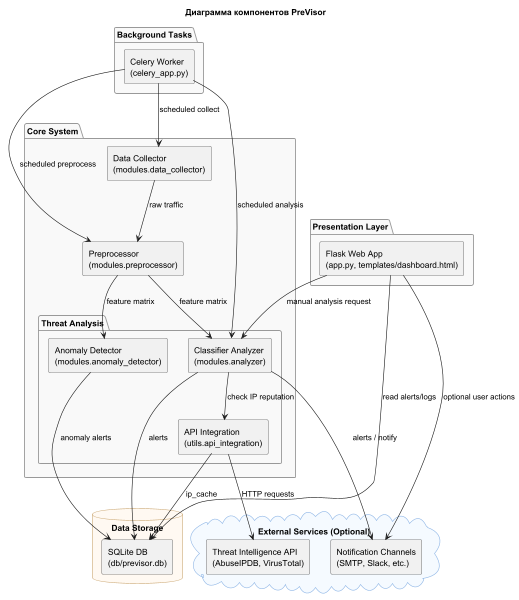
Earlier version of the PlantUML export static/previsor_component_diagram.png (k00000tek/previsor). Source of this version:
```plantuml
@startuml
title Диаграмма компонентов PreVisor

skinparam componentStyle rectangle
skinparam rectangle {
  BackgroundColor White
  BorderColor #777
  FontColor Black
}
skinparam package {
  BackgroundColor #F9F9F9
  BorderColor #999
}
skinparam database {
  BackgroundColor #FFF9F2
  BorderColor #CCAA77
}
skinparam cloud {
  BackgroundColor #F5FAFF
  BorderColor #8FB6E6
}

package "Core System" {
  [Data Collector\n(modules.data_collector)]
  [Preprocessor\n(modules.preprocessor)]

  package "Threat Analysis" {
    [Classifier Analyzer\n(modules.analyzer)]
    [Anomaly Detector\n(modules.anomaly_detector)]
    [API Integration\n(utils.api_integration)]
  }
}

package "Presentation Layer" {
  [Flask Web App\n(app.py, templates/dashboard.html)]
}

database "Data Storage" {
  [SQLite DB\n(db/previsor.db)]
}

package "Background Tasks" {
  [Celery Worker\n(celery_app.py)]
}

cloud "External Services (Optional)" {
  [Threat Intelligence API\n(AbuseIPDB, VirusTotal)]
  [Notification Channels\n(SMTP, Slack, etc.)]
}

[Data Collector\n(modules.data_collector)] --> [Preprocessor\n(modules.preprocessor)] : raw traffic
[Preprocessor\n(modules.preprocessor)] --> [Classifier Analyzer\n(modules.analyzer)] : feature matrix
[Preprocessor\n(modules.preprocessor)] --> [Anomaly Detector\n(modules.anomaly_detector)] : feature matrix

[Classifier Analyzer\n(modules.analyzer)] --> [SQLite DB\n(db/previsor.db)] : alerts
[Anomaly Detector\n(modules.anomaly_detector)] --> [SQLite DB\n(db/previsor.db)] : anomaly alerts
[API Integration\n(utils.api_integration)] --> [SQLite DB\n(db/previsor.db)] : ip_cache

[Flask Web App\n(app.py, templates/dashboard.html)] --> [SQLite DB\n(db/previsor.db)] : read alerts/logs
[Flask Web App\n(app.py, templates/dashboard.html)] --> [Classifier Analyzer\n(modules.analyzer)] : manual analysis request

[Classifier Analyzer\n(modules.analyzer)] --> [API Integration\n(utils.api_integration)] : check IP reputation
[API Integration\n(utils.api_integration)] --> [Threat Intelligence API\n(AbuseIPDB, VirusTotal)] : HTTP requests

[Celery Worker\n(celery_app.py)] --> [Data Collector\n(modules.data_collector)] : scheduled collect
[Celery Worker\n(celery_app.py)] --> [Preprocessor\n(modules.preprocessor)] : scheduled preprocess
[Celery Worker\n(celery_app.py)] --> [Classifier Analyzer\n(modules.analyzer)] : scheduled analysis

[Classifier Analyzer\n(modules.analyzer)] --> [Notification Channels\n(SMTP, Slack, etc.)] : alerts / notify

[Flask Web App\n(app.py, templates/dashboard.html)] --> [Notification Channels\n(SMTP, Slack, etc.)] : optional user actions

@enduml
```
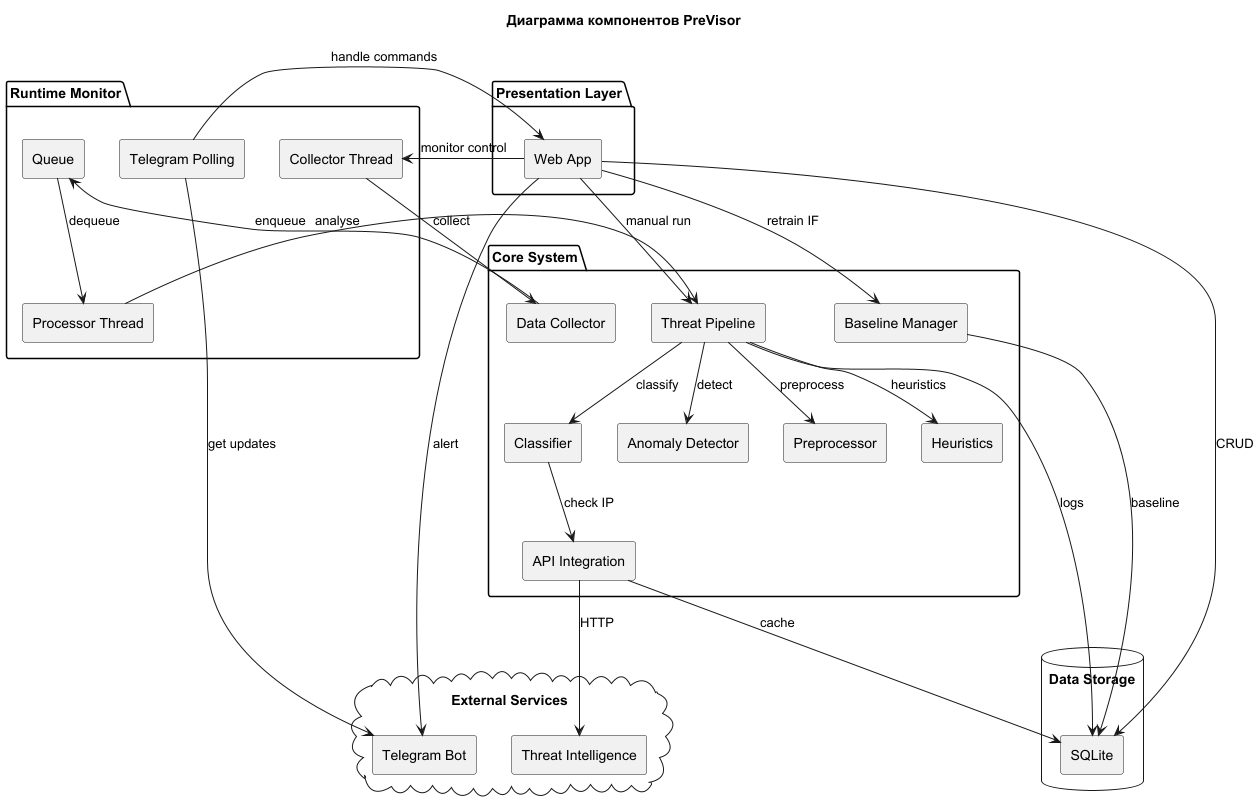
Above is the later version.

What changed in the source:
```diff
@@ -1,73 +1,61 @@
 @startuml
 title Диаграмма компонентов PreVisor
-
 skinparam componentStyle rectangle
-skinparam rectangle {
-  BackgroundColor White
-  BorderColor #777
-  FontColor Black
-}
-skinparam package {
-  BackgroundColor #F9F9F9
-  BorderColor #999
-}
-skinparam database {
-  BackgroundColor #FFF9F2
-  BorderColor #CCAA77
-}
-skinparam cloud {
-  BackgroundColor #F5FAFF
-  BorderColor #8FB6E6
-}
 
 package "Core System" {
-  [Data Collector\n(modules.data_collector)]
-  [Preprocessor\n(modules.preprocessor)]
-
-  package "Threat Analysis" {
-    [Classifier Analyzer\n(modules.analyzer)]
-    [Anomaly Detector\n(modules.anomaly_detector)]
-    [API Integration\n(utils.api_integration)]
-  }
+  [Threat Pipeline]
+  [Data Collector]
+  [Preprocessor]
+  [Heuristics]
+  [Classifier]
+  [Anomaly Detector]
+  [API Integration]
+  [Baseline Manager]
 }
 
 package "Presentation Layer" {
-  [Flask Web App\n(app.py, templates/dashboard.html)]
+  [Web App]
+}
+
+package "Runtime Monitor" {
+  [Collector Thread]
+  [Processor Thread]
+  [Queue]
+  [Telegram Polling]
 }
 
 database "Data Storage" {
-  [SQLite DB\n(db/previsor.db)]
+  [SQLite]
 }
 
-package "Background Tasks" {
-  [Celery Worker\n(celery_app.py)]
+cloud "External Services" {
+  [Threat Intelligence]
+  [Telegram Bot]
 }
 
-cloud "External Services (Optional)" {
-  [Threat Intelligence API\n(AbuseIPDB, VirusTotal)]
-  [Notification Channels\n(SMTP, Slack, etc.)]
-}
+[Collector Thread] --> [Data Collector] : collect
+[Data Collector] --> [Queue] : enqueue
+[Queue] --> [Processor Thread] : dequeue
+[Processor Thread] --> [Threat Pipeline] : analyse
 
-[Data Collector\n(modules.data_collector)] --> [Preprocessor\n(modules.preprocessor)] : raw traffic
-[Preprocessor\n(modules.preprocessor)] --> [Classifier Analyzer\n(modules.analyzer)] : feature matrix
-[Preprocessor\n(modules.preprocessor)] --> [Anomaly Detector\n(modules.anomaly_detector)] : feature matrix
+[Threat Pipeline] --> [Preprocessor] : preprocess
+[Threat Pipeline] --> [Heuristics] : heuristics
+[Threat Pipeline] --> [Classifier] : classify
+[Threat Pipeline] --> [Anomaly Detector] : detect
 
-[Classifier Analyzer\n(modules.analyzer)] --> [SQLite DB\n(db/previsor.db)] : alerts
-[Anomaly Detector\n(modules.anomaly_detector)] --> [SQLite DB\n(db/previsor.db)] : anomaly alerts
-[API Integration\n(utils.api_integration)] --> [SQLite DB\n(db/previsor.db)] : ip_cache
+[Threat Pipeline] --> [SQLite] : logs
+[API Integration] --> [SQLite] : cache
 
-[Flask Web App\n(app.py, templates/dashboard.html)] --> [SQLite DB\n(db/previsor.db)] : read alerts/logs
-[Flask Web App\n(app.py, templates/dashboard.html)] --> [Classifier Analyzer\n(modules.analyzer)] : manual analysis request
+[Web App] --> [SQLite] : CRUD
+[Web App] --> [Threat Pipeline] : manual run
+[Web App] --> [Collector Thread] : monitor control
+[Web App] --> [Baseline Manager] : retrain IF
+[Baseline Manager] --> [SQLite] : baseline
 
-[Classifier Analyzer\n(modules.analyzer)] --> [API Integration\n(utils.api_integration)] : check IP reputation
-[API Integration\n(utils.api_integration)] --> [Threat Intelligence API\n(AbuseIPDB, VirusTotal)] : HTTP requests
+[Classifier] --> [API Integration] : check IP
+[API Integration] --> [Threat Intelligence] : HTTP
 
-[Celery Worker\n(celery_app.py)] --> [Data Collector\n(modules.data_collector)] : scheduled collect
-[Celery Worker\n(celery_app.py)] --> [Preprocessor\n(modules.preprocessor)] : scheduled preprocess
-[Celery Worker\n(celery_app.py)] --> [Classifier Analyzer\n(modules.analyzer)] : scheduled analysis
-
-[Classifier Analyzer\n(modules.analyzer)] --> [Notification Channels\n(SMTP, Slack, etc.)] : alerts / notify
-
-[Flask Web App\n(app.py, templates/dashboard.html)] --> [Notification Channels\n(SMTP, Slack, etc.)] : optional user actions
-
+[Web App] --> [Telegram Bot] : alert
+[Telegram Polling] --> [Telegram Bot] : get updates
+[Telegram Polling] --> [Web App] : handle commands
 @enduml
```
